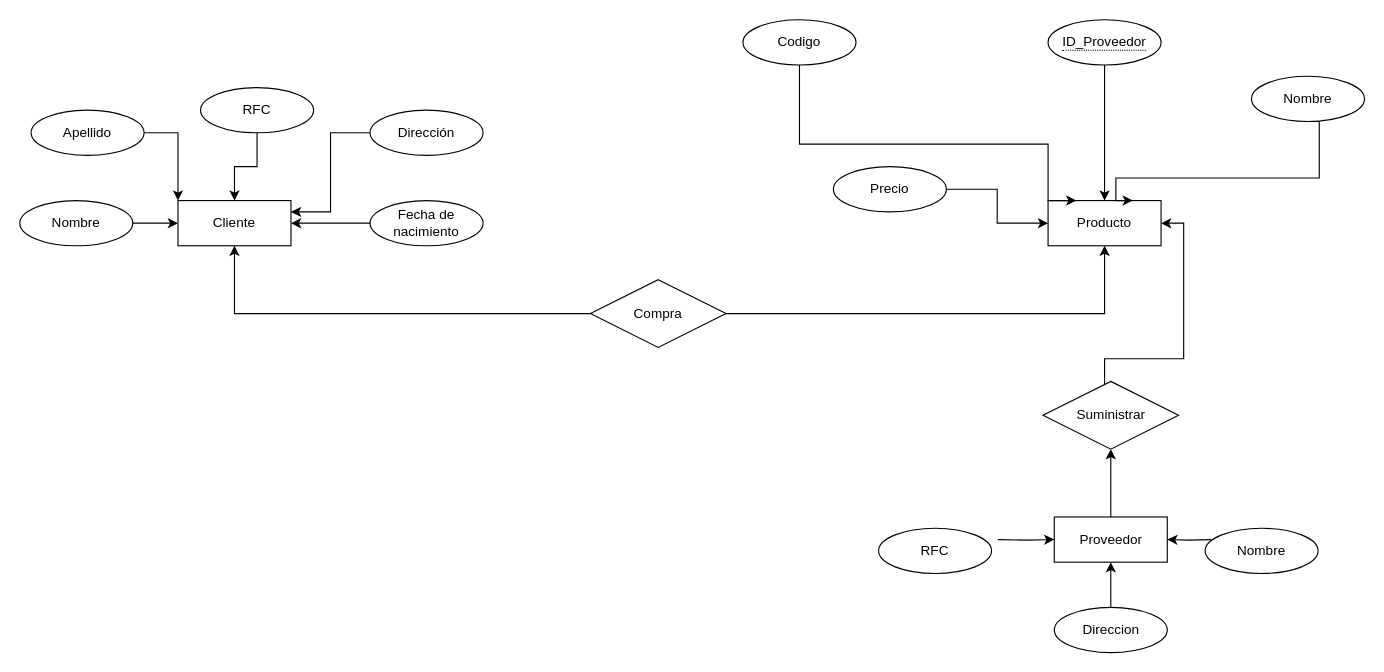
This is modeloER/Ejercicio1.drawio from Gerardo2409/base_de_datos, a draw.io file, before an edit. Source tidied: cells renumbered, new cells numbered last; positions are measured from the earlier drawing's top-left corner, leaving out a move shared by most shapes. Both pictures are drawn from the tidied source at 113%, with x=0, y=0 at pixel (19, 19).
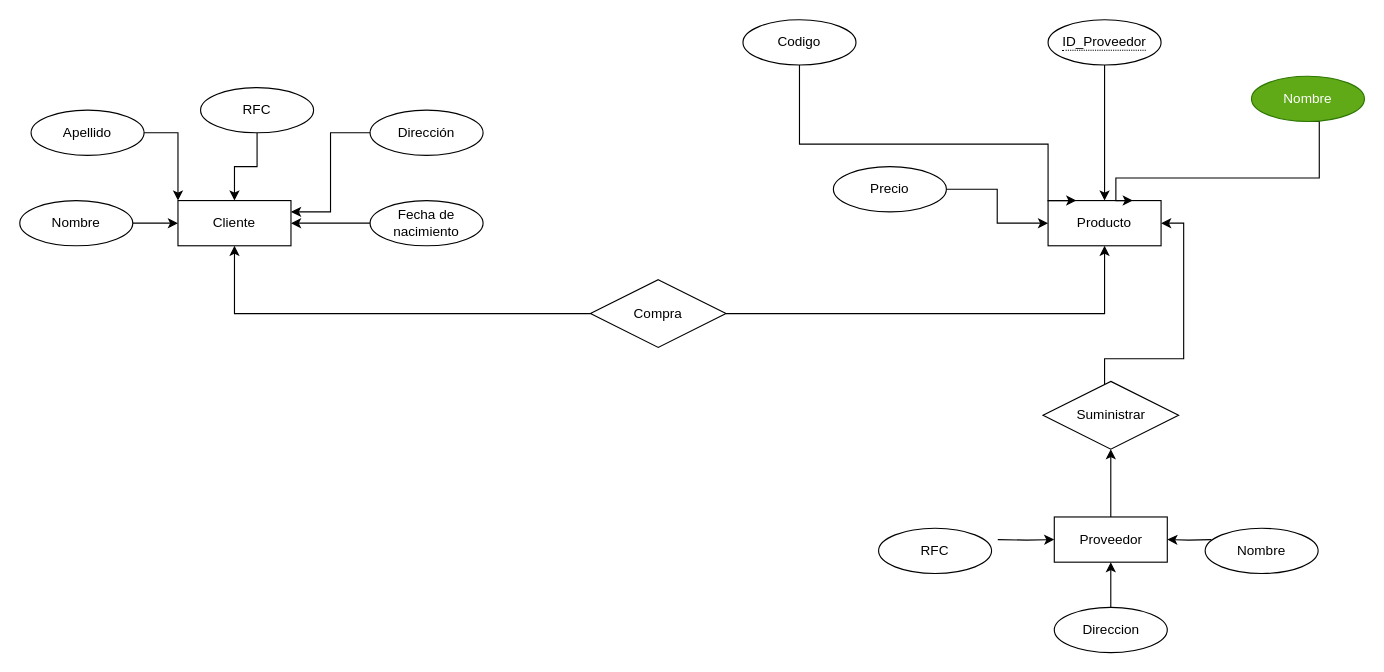
After the change.

Commit message:
cambie color

Diff of the diagram source:
```diff
@@
-    <mxCell id="32" value="Nombre" style="ellipse;whiteSpace=wrap;html=1;align=center;" parent="1" vertex="1">
+    <mxCell id="32" value="Nombre" style="ellipse;whiteSpace=wrap;html=1;align=center;fillColor=#60a917;fontColor=#ffffff;strokeColor=#2D7600;" parent="1" vertex="1">
       <mxGeometry x="1090" y="50" width="100" height="40" as="geometry" />
     </mxCell>
```
